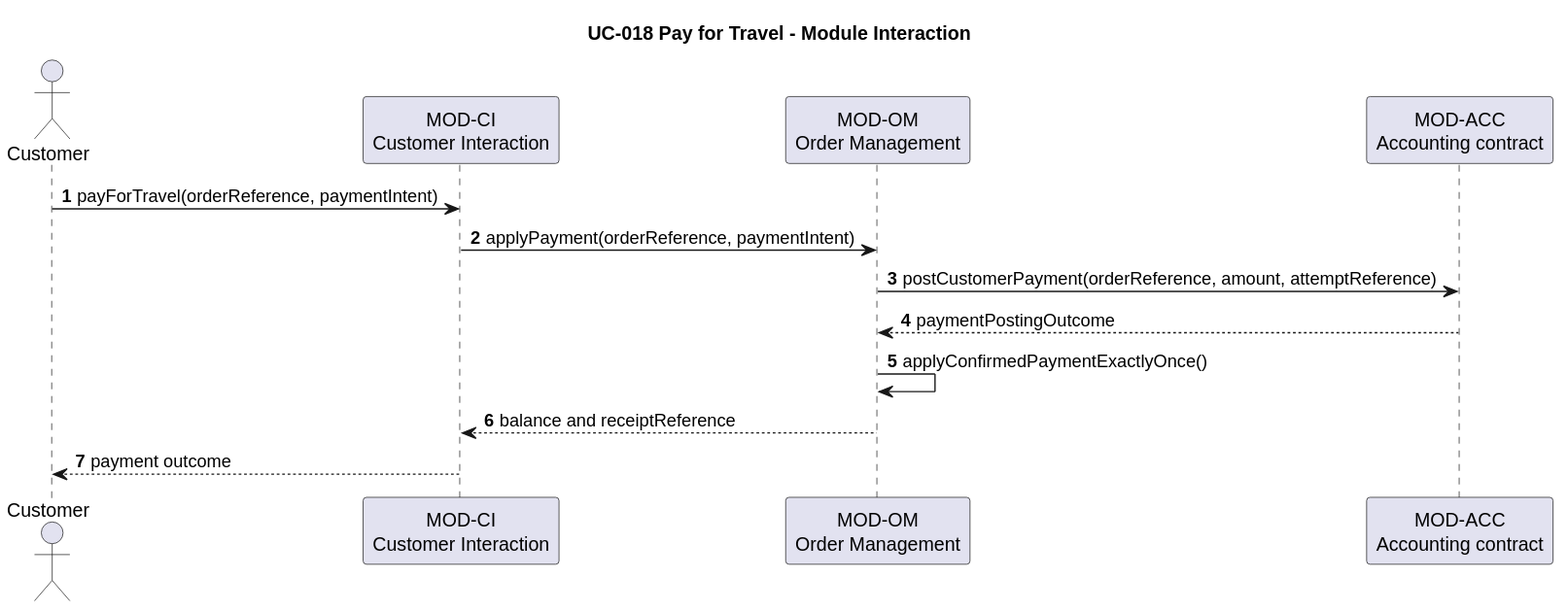
This is docs/architecture/software-architecture/uc-018-pay-for-travel.svg from hochschule-darmstadt/a3se_app, a PlantUML export, as it was before one commit.
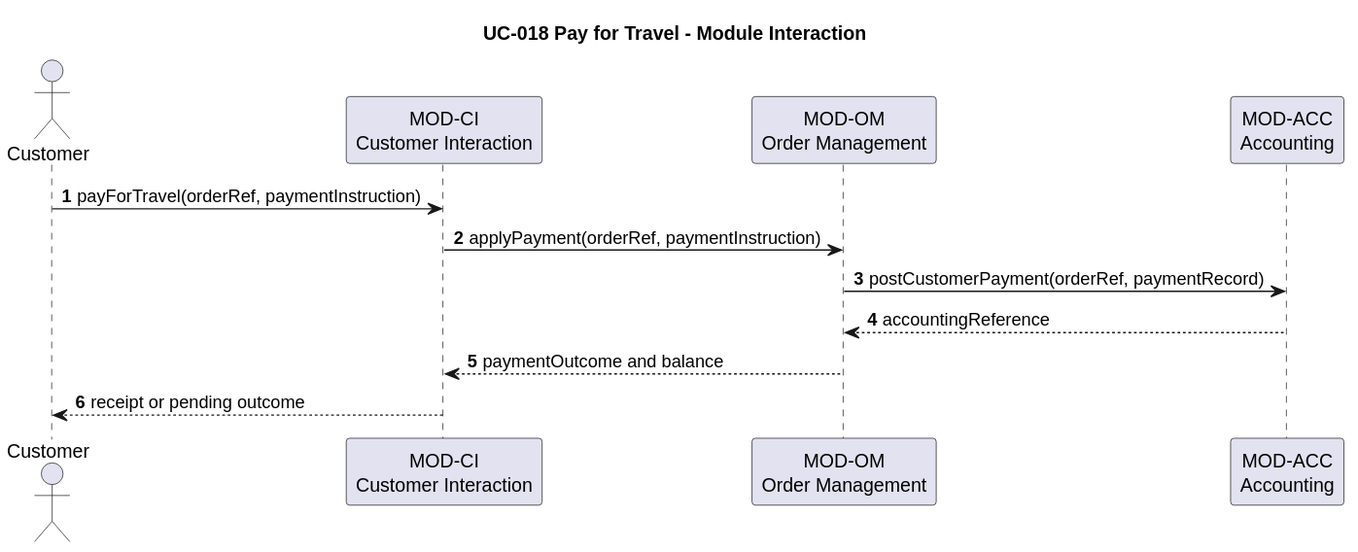
Above is the later version.

The edit, as a diff of the source:
```diff
@@ -4,13 +4,12 @@
 actor Customer
 participant "MOD-CI\nCustomer Interaction" as CI
 participant "MOD-OM\nOrder Management" as OM
-participant "MOD-ACC\nAccounting contract" as ACC
+participant "MOD-ACC\nAccounting" as ACC
 
-Customer -> CI: payForTravel(orderReference, paymentIntent)
-CI -> OM: applyPayment(orderReference, paymentIntent)
-OM -> ACC: postCustomerPayment(orderReference, amount, attemptReference)
-ACC --> OM: paymentPostingOutcome
-OM -> OM: applyConfirmedPaymentExactlyOnce()
-OM --> CI: balance and receiptReference
-CI --> Customer: payment outcome
+Customer -> CI: payForTravel(orderRef, paymentInstruction)
+CI -> OM: applyPayment(orderRef, paymentInstruction)
+OM -> ACC: postCustomerPayment(orderRef, paymentRecord)
+ACC --> OM: accountingReference
+OM --> CI: paymentOutcome and balance
+CI --> Customer: receipt or pending outcome
 @enduml
```
